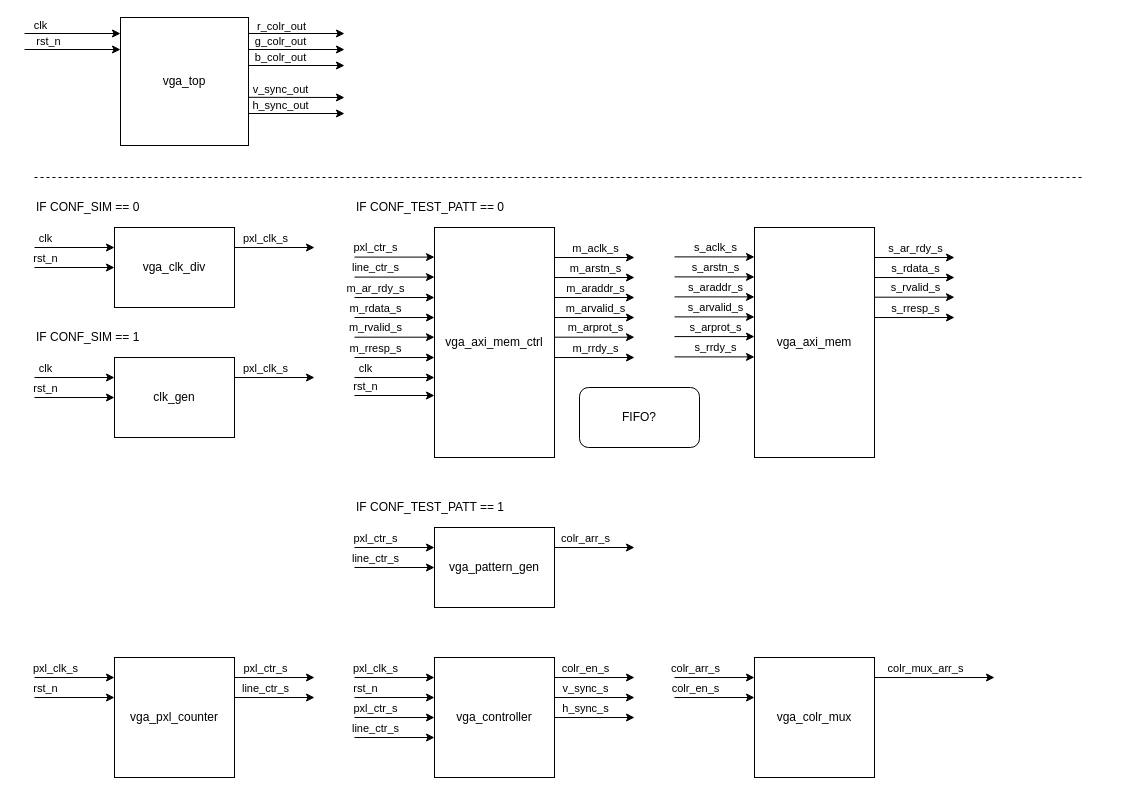
The draw.io diagram page "vga_arch_int_BRAM" (3 of 4) of docs/top_lvl_block_diagram.drawio in T-Szymk/VGA_Controller, before the edit. Source tidied: cells renumbered, new cells numbered last; positions are measured from the earlier drawing's top-left corner, leaving out a move shared by most shapes. Both pictures are drawn from the tidied source at 100%, with x=0, y=0 at pixel (24, 17).
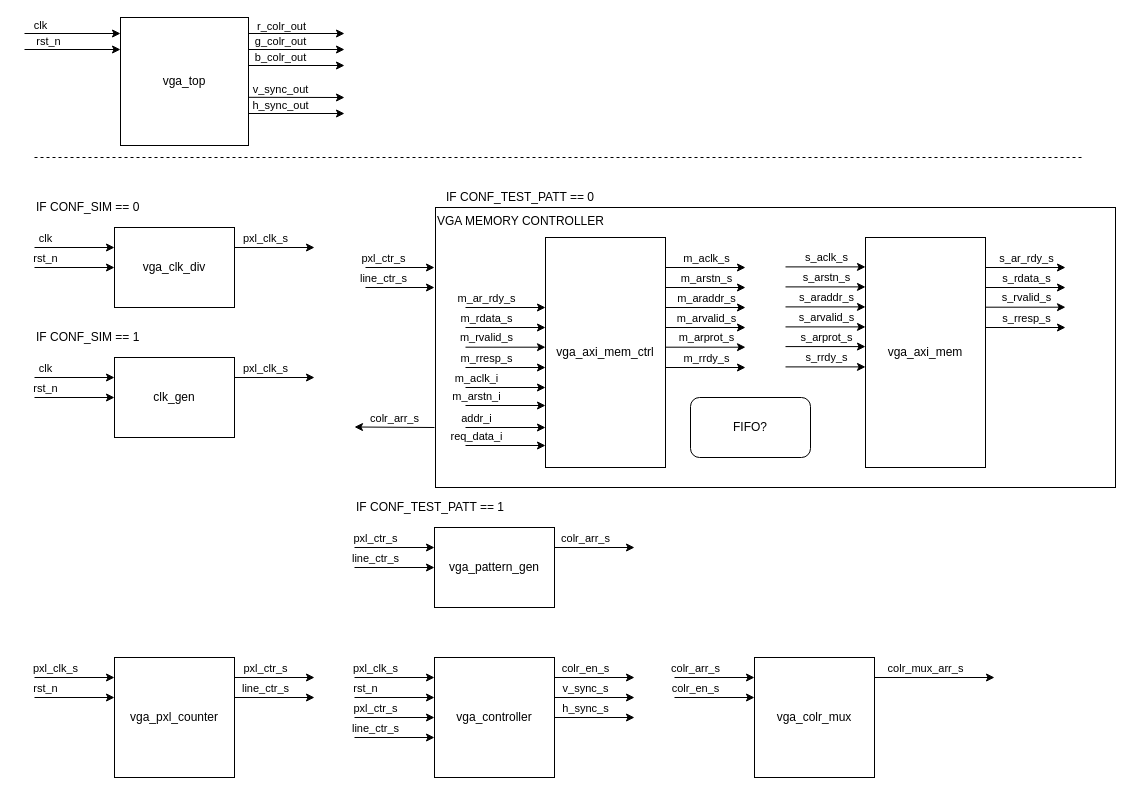
The same page after the edit.

Diff of the diagram source:
```diff
@@
+    <mxCell id="119" value="VGA MEMORY CONTROLLER" style="rounded=0;whiteSpace=wrap;html=1;fillColor=default;align=left;verticalAlign=top;" parent="1" vertex="1">
+      <mxGeometry x="411" y="190" width="680" height="280" as="geometry" />
+    </mxCell>
@@
     <mxCell id="66" style="endArrow=none;dashed=1;html=1;rounded=0;" parent="1" edge="1">
       <mxGeometry relative="1" as="geometry">
-        <mxPoint x="10" y="160" as="sourcePoint" />
-        <mxPoint x="1060" y="160" as="targetPoint" />
+        <mxPoint x="10" y="140" as="sourcePoint" />
+        <mxPoint x="1060" y="140" as="targetPoint" />
       </mxGeometry>
     </mxCell>
     <mxCell id="67" value="vga_axi_mem_ctrl" style="rounded=0;whiteSpace=wrap;html=1;" parent="1" vertex="1">
-      <mxGeometry x="410" y="210" width="120" height="230" as="geometry" />
+      <mxGeometry x="521" y="220" width="120" height="230" as="geometry" />
     </mxCell>
     <mxCell id="68" value="IF CONF_TEST_PATT == 0" style="text;html=1;align=left;verticalAlign=middle;strokeColor=none;fillColor=none;" parent="1" vertex="1">
-      <mxGeometry x="330" y="180" width="160" height="20" as="geometry" />
+      <mxGeometry x="420" y="170" width="160" height="20" as="geometry" />
     </mxCell>
     <mxCell id="69" value="vga_axi_mem" style="rounded=0;whiteSpace=wrap;html=1;" parent="1" vertex="1">
-      <mxGeometry x="730" y="210" width="120" height="230" as="geometry" />
+      <mxGeometry x="841" y="220" width="120" height="230" as="geometry" />
     </mxCell>
-    <mxCell id="70" style="endArrow=classic;html=1;rounded=0;entryX=0;entryY=0.25;entryDx=0;entryDy=0;" parent="1" edge="1">
+    <mxCell id="70" style="endArrow=classic;html=1;rounded=0;" parent="1" edge="1">
       <mxGeometry relative="1" as="geometry">
-        <mxPoint x="330" y="239.6" as="sourcePoint" />
-        <mxPoint x="410" y="239.6" as="targetPoint" />
+        <mxPoint x="341" y="250" as="sourcePoint" />
+        <mxPoint x="410" y="250" as="targetPoint" />
       </mxGeometry>
     </mxCell>
@@
-    <mxCell id="72" style="endArrow=classic;html=1;rounded=0;entryX=0;entryY=0.25;entryDx=0;entryDy=0;" parent="1" edge="1">
+    <mxCell id="72" style="endArrow=classic;html=1;rounded=0;" parent="1" edge="1">
       <mxGeometry relative="1" as="geometry">
-        <mxPoint x="330" y="259.6" as="sourcePoint" />
-        <mxPoint x="410" y="259.6" as="targetPoint" />
+        <mxPoint x="341" y="270" as="sourcePoint" />
+        <mxPoint x="410" y="270" as="targetPoint" />
       </mxGeometry>
     </mxCell>
@@
     <mxCell id="74" style="endArrow=classic;html=1;rounded=0;entryX=0;entryY=0.25;entryDx=0;entryDy=0;" parent="1" edge="1">
       <mxGeometry relative="1" as="geometry">
-        <mxPoint x="330" y="280" as="sourcePoint" />
-        <mxPoint x="410" y="280" as="targetPoint" />
+        <mxPoint x="441" y="290" as="sourcePoint" />
+        <mxPoint x="521" y="290" as="targetPoint" />
       </mxGeometry>
     </mxCell>
@@
     <mxCell id="76" style="endArrow=classic;html=1;rounded=0;entryX=0;entryY=0.25;entryDx=0;entryDy=0;" parent="1" edge="1">
       <mxGeometry relative="1" as="geometry">
-        <mxPoint x="530" y="240" as="sourcePoint" />
-        <mxPoint x="610" y="240" as="targetPoint" />
+        <mxPoint x="641" y="250" as="sourcePoint" />
+        <mxPoint x="721" y="250" as="targetPoint" />
       </mxGeometry>
     </mxCell>
@@
     <mxCell id="78" style="endArrow=classic;html=1;rounded=0;entryX=0;entryY=0.25;entryDx=0;entryDy=0;" parent="1" edge="1">
       <mxGeometry relative="1" as="geometry">
-        <mxPoint x="530" y="260" as="sourcePoint" />
-        <mxPoint x="610" y="260" as="targetPoint" />
+        <mxPoint x="641" y="270" as="sourcePoint" />
+        <mxPoint x="721" y="270" as="targetPoint" />
       </mxGeometry>
     </mxCell>
@@
     <mxCell id="80" style="endArrow=classic;html=1;rounded=0;entryX=0;entryY=0.25;entryDx=0;entryDy=0;" parent="1" edge="1">
       <mxGeometry relative="1" as="geometry">
-        <mxPoint x="530" y="280" as="sourcePoint" />
-        <mxPoint x="610" y="280" as="targetPoint" />
+        <mxPoint x="641" y="290" as="sourcePoint" />
+        <mxPoint x="721" y="290" as="targetPoint" />
       </mxGeometry>
     </mxCell>
@@
     <mxCell id="82" style="endArrow=classic;html=1;rounded=0;entryX=0;entryY=0.25;entryDx=0;entryDy=0;" parent="1" edge="1">
       <mxGeometry relative="1" as="geometry">
-        <mxPoint x="530" y="300" as="sourcePoint" />
-        <mxPoint x="610" y="300" as="targetPoint" />
+        <mxPoint x="641" y="310" as="sourcePoint" />
+        <mxPoint x="721" y="310" as="targetPoint" />
       </mxGeometry>
     </mxCell>
@@
     <mxCell id="84" style="endArrow=classic;html=1;rounded=0;entryX=0;entryY=0.25;entryDx=0;entryDy=0;" parent="1" edge="1">
       <mxGeometry relative="1" as="geometry">
-        <mxPoint x="530" y="319.7" as="sourcePoint" />
-        <mxPoint x="610" y="319.7" as="targetPoint" />
+        <mxPoint x="641" y="329.7" as="sourcePoint" />
+        <mxPoint x="721" y="329.7" as="targetPoint" />
       </mxGeometry>
     </mxCell>
@@
     <mxCell id="86" style="endArrow=classic;html=1;rounded=0;entryX=0;entryY=0.25;entryDx=0;entryDy=0;" parent="1" edge="1">
       <mxGeometry relative="1" as="geometry">
-        <mxPoint x="530" y="340" as="sourcePoint" />
-        <mxPoint x="610" y="340" as="targetPoint" />
+        <mxPoint x="641" y="350" as="sourcePoint" />
+        <mxPoint x="721" y="350" as="targetPoint" />
       </mxGeometry>
     </mxCell>
@@
     <mxCell id="88" style="endArrow=classic;html=1;rounded=0;entryX=0;entryY=0.25;entryDx=0;entryDy=0;" parent="1" edge="1">
       <mxGeometry relative="1" as="geometry">
-        <mxPoint x="330" y="300" as="sourcePoint" />
-        <mxPoint x="410" y="300" as="targetPoint" />
+        <mxPoint x="441" y="310" as="sourcePoint" />
+        <mxPoint x="521" y="310" as="targetPoint" />
       </mxGeometry>
     </mxCell>
@@
     <mxCell id="90" style="endArrow=classic;html=1;rounded=0;entryX=0;entryY=0.25;entryDx=0;entryDy=0;" parent="1" edge="1">
       <mxGeometry relative="1" as="geometry">
-        <mxPoint x="330" y="319.7" as="sourcePoint" />
-        <mxPoint x="410" y="319.7" as="targetPoint" />
+        <mxPoint x="441" y="329.7" as="sourcePoint" />
+        <mxPoint x="521" y="329.7" as="targetPoint" />
       </mxGeometry>
     </mxCell>
@@
     <mxCell id="92" style="endArrow=classic;html=1;rounded=0;entryX=0;entryY=0.25;entryDx=0;entryDy=0;" parent="1" edge="1">
       <mxGeometry relative="1" as="geometry">
-        <mxPoint x="330" y="340" as="sourcePoint" />
-        <mxPoint x="410" y="340" as="targetPoint" />
+        <mxPoint x="441" y="350" as="sourcePoint" />
+        <mxPoint x="521" y="350" as="targetPoint" />
       </mxGeometry>
     </mxCell>
@@
     <mxCell id="94" style="endArrow=classic;html=1;rounded=0;entryX=0;entryY=0.25;entryDx=0;entryDy=0;" parent="1" edge="1">
       <mxGeometry relative="1" as="geometry">
-        <mxPoint x="650" y="239.4" as="sourcePoint" />
-        <mxPoint x="730" y="239.4" as="targetPoint" />
+        <mxPoint x="761" y="249.4" as="sourcePoint" />
+        <mxPoint x="841" y="249.4" as="targetPoint" />
       </mxGeometry>
     </mxCell>
@@
     <mxCell id="96" style="endArrow=classic;html=1;rounded=0;entryX=0;entryY=0.25;entryDx=0;entryDy=0;" parent="1" edge="1">
       <mxGeometry relative="1" as="geometry">
-        <mxPoint x="650" y="259.4" as="sourcePoint" />
-        <mxPoint x="730" y="259.4" as="targetPoint" />
+        <mxPoint x="761" y="269.4" as="sourcePoint" />
+        <mxPoint x="841" y="269.4" as="targetPoint" />
       </mxGeometry>
     </mxCell>
@@
     <mxCell id="98" style="endArrow=classic;html=1;rounded=0;entryX=0;entryY=0.25;entryDx=0;entryDy=0;" parent="1" edge="1">
       <mxGeometry relative="1" as="geometry">
-        <mxPoint x="650" y="279.4" as="sourcePoint" />
-        <mxPoint x="730" y="279.4" as="targetPoint" />
+        <mxPoint x="761" y="289.4" as="sourcePoint" />
+        <mxPoint x="841" y="289.4" as="targetPoint" />
       </mxGeometry>
     </mxCell>
@@
     <mxCell id="100" style="endArrow=classic;html=1;rounded=0;entryX=0;entryY=0.25;entryDx=0;entryDy=0;" parent="1" edge="1">
       <mxGeometry relative="1" as="geometry">
-        <mxPoint x="650" y="299.4" as="sourcePoint" />
-        <mxPoint x="730" y="299.4" as="targetPoint" />
+        <mxPoint x="761" y="309.4" as="sourcePoint" />
+        <mxPoint x="841" y="309.4" as="targetPoint" />
       </mxGeometry>
     </mxCell>
@@
     <mxCell id="102" style="endArrow=classic;html=1;rounded=0;entryX=0;entryY=0.25;entryDx=0;entryDy=0;" parent="1" edge="1">
       <mxGeometry relative="1" as="geometry">
-        <mxPoint x="650" y="319.1" as="sourcePoint" />
-        <mxPoint x="730" y="319.1" as="targetPoint" />
+        <mxPoint x="761" y="329.1" as="sourcePoint" />
+        <mxPoint x="841" y="329.1" as="targetPoint" />
       </mxGeometry>
     </mxCell>
@@
     <mxCell id="104" style="endArrow=classic;html=1;rounded=0;entryX=0;entryY=0.25;entryDx=0;entryDy=0;" parent="1" edge="1">
       <mxGeometry relative="1" as="geometry">
-        <mxPoint x="650" y="339.4" as="sourcePoint" />
-        <mxPoint x="730" y="339.4" as="targetPoint" />
+        <mxPoint x="761" y="349.4" as="sourcePoint" />
+        <mxPoint x="841" y="349.4" as="targetPoint" />
       </mxGeometry>
     </mxCell>
@@
     <mxCell id="106" style="endArrow=classic;html=1;rounded=0;entryX=0;entryY=0.25;entryDx=0;entryDy=0;" parent="1" edge="1">
       <mxGeometry relative="1" as="geometry">
-        <mxPoint x="850" y="240" as="sourcePoint" />
-        <mxPoint x="930" y="240" as="targetPoint" />
+        <mxPoint x="961" y="250" as="sourcePoint" />
+        <mxPoint x="1041" y="250" as="targetPoint" />
       </mxGeometry>
     </mxCell>
@@
     <mxCell id="108" style="endArrow=classic;html=1;rounded=0;entryX=0;entryY=0.25;entryDx=0;entryDy=0;" parent="1" edge="1">
       <mxGeometry relative="1" as="geometry">
-        <mxPoint x="850" y="260" as="sourcePoint" />
-        <mxPoint x="930" y="260" as="targetPoint" />
+        <mxPoint x="961" y="270" as="sourcePoint" />
+        <mxPoint x="1041" y="270" as="targetPoint" />
       </mxGeometry>
     </mxCell>
@@
     <mxCell id="110" style="endArrow=classic;html=1;rounded=0;entryX=0;entryY=0.25;entryDx=0;entryDy=0;" parent="1" edge="1">
       <mxGeometry relative="1" as="geometry">
-        <mxPoint x="850" y="279.7" as="sourcePoint" />
-        <mxPoint x="930" y="279.7" as="targetPoint" />
+        <mxPoint x="961" y="289.7" as="sourcePoint" />
+        <mxPoint x="1041" y="289.7" as="targetPoint" />
       </mxGeometry>
     </mxCell>
@@
     <mxCell id="112" style="endArrow=classic;html=1;rounded=0;entryX=0;entryY=0.25;entryDx=0;entryDy=0;" parent="1" edge="1">
       <mxGeometry relative="1" as="geometry">
-        <mxPoint x="850" y="300" as="sourcePoint" />
-        <mxPoint x="930" y="300" as="targetPoint" />
+        <mxPoint x="961" y="310" as="sourcePoint" />
+        <mxPoint x="1041" y="310" as="targetPoint" />
       </mxGeometry>
     </mxCell>
@@
     <mxCell id="114" style="endArrow=classic;html=1;rounded=0;entryX=0;entryY=0.25;entryDx=0;entryDy=0;" parent="1" edge="1">
       <mxGeometry relative="1" as="geometry">
-        <mxPoint x="330" y="360" as="sourcePoint" />
-        <mxPoint x="410" y="360" as="targetPoint" />
+        <mxPoint x="441" y="370" as="sourcePoint" />
+        <mxPoint x="521" y="370" as="targetPoint" />
       </mxGeometry>
     </mxCell>
-    <mxCell id="115" value="clk" style="edgeLabel;html=1;align=center;verticalAlign=middle;" parent="114" vertex="1">
+    <mxCell id="115" value="m_aclk_i" style="edgeLabel;html=1;align=center;verticalAlign=middle;" parent="114" vertex="1">
       <mxGeometry x="-0.5" y="2" relative="1" as="geometry">
         <mxPoint x="-10" y="-8" as="offset" />
       </mxGeometry>
     </mxCell>
     <mxCell id="116" style="endArrow=classic;html=1;rounded=0;entryX=0;entryY=0.25;entryDx=0;entryDy=0;" parent="1" edge="1">
       <mxGeometry relative="1" as="geometry">
-        <mxPoint x="330" y="378" as="sourcePoint" />
-        <mxPoint x="410" y="378" as="targetPoint" />
+        <mxPoint x="441" y="388" as="sourcePoint" />
+        <mxPoint x="521" y="388" as="targetPoint" />
       </mxGeometry>
     </mxCell>
-    <mxCell id="117" value="rst_n" style="edgeLabel;html=1;align=center;verticalAlign=middle;" parent="116" vertex="1">
+    <mxCell id="117" value="m_arstn_i" style="edgeLabel;html=1;align=center;verticalAlign=middle;" parent="116" vertex="1">
       <mxGeometry x="-0.47" y="2" relative="1" as="geometry">
         <mxPoint x="-11" y="-8" as="offset" />
       </mxGeometry>
     </mxCell>
     <mxCell id="118" value="FIFO?" style="rounded=1;whiteSpace=wrap;html=1;" parent="1" vertex="1">
-      <mxGeometry x="555" y="370" width="120" height="60" as="geometry" />
+      <mxGeometry x="666" y="380" width="120" height="60" as="geometry" />
     </mxCell>
+    <mxCell id="120" style="endArrow=classic;html=1;rounded=0;entryX=0;entryY=0.25;entryDx=0;entryDy=0;" parent="1" edge="1">
+      <mxGeometry relative="1" as="geometry">
+        <mxPoint x="410" y="410" as="sourcePoint" />
+        <mxPoint x="330" y="409.5" as="targetPoint" />
+      </mxGeometry>
+    </mxCell>
+    <mxCell id="121" value="colr_arr_s" style="edgeLabel;html=1;align=center;verticalAlign=middle;" parent="120" vertex="1">
+      <mxGeometry x="-0.5" y="2" relative="1" as="geometry">
+        <mxPoint x="-20" y="-11" as="offset" />
+      </mxGeometry>
+    </mxCell>
+    <mxCell id="122" style="endArrow=classic;html=1;rounded=0;entryX=0;entryY=0.25;entryDx=0;entryDy=0;" parent="1" edge="1">
+      <mxGeometry relative="1" as="geometry">
+        <mxPoint x="441" y="410" as="sourcePoint" />
+        <mxPoint x="521" y="410" as="targetPoint" />
+      </mxGeometry>
+    </mxCell>
+    <mxCell id="123" value="addr_i" style="edgeLabel;html=1;align=center;verticalAlign=middle;" parent="122" vertex="1">
+      <mxGeometry x="-0.5" y="2" relative="1" as="geometry">
+        <mxPoint x="-10" y="-8" as="offset" />
+      </mxGeometry>
+    </mxCell>
+    <mxCell id="124" style="endArrow=classic;html=1;rounded=0;entryX=0;entryY=0.25;entryDx=0;entryDy=0;" parent="1" edge="1">
+      <mxGeometry relative="1" as="geometry">
+        <mxPoint x="441" y="428" as="sourcePoint" />
+        <mxPoint x="521" y="428" as="targetPoint" />
+      </mxGeometry>
+    </mxCell>
+    <mxCell id="125" value="req_data_i" style="edgeLabel;html=1;align=center;verticalAlign=middle;" parent="124" vertex="1">
+      <mxGeometry x="-0.47" y="2" relative="1" as="geometry">
+        <mxPoint x="-11" y="-8" as="offset" />
+      </mxGeometry>
+    </mxCell>
```
